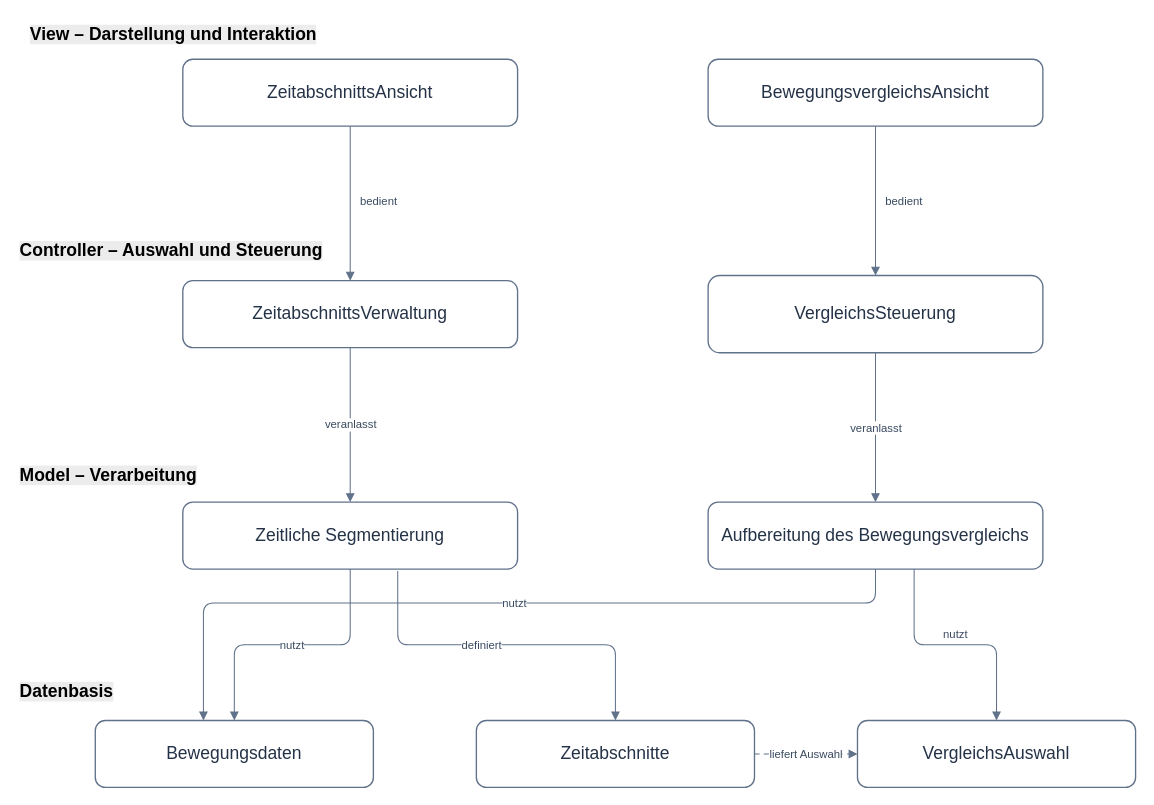
Earlier version of the draw.io diagram Abbildung25_Segmentierung_Vergleich_konzeptionell.drawio (mfneu/fapra). Source tidied: cells renumbered, new cells numbered last; positions are measured from the earlier drawing's top-left corner, leaving out a move shared by most shapes. Both pictures are drawn from the tidied source at 103%, with x=0, y=0 at pixel (18, 18).
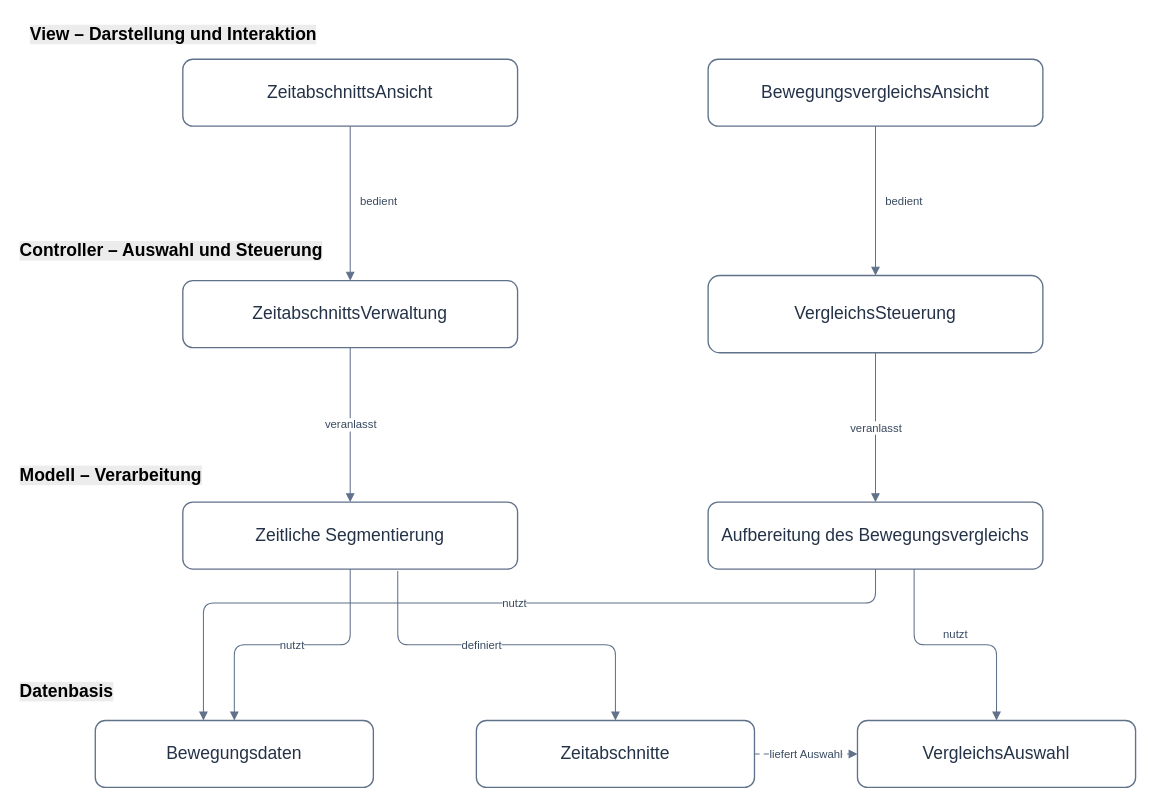
The same diagram, later.

Diff of the diagram source:
```diff
@@
-    <mxCell id="22" value="&lt;span style=&quot;caret-color: rgb(0, 0, 0); color: rgb(0, 0, 0); font-family: Helvetica; font-size: 17px; font-style: normal; font-variant-caps: normal; font-weight: 700; letter-spacing: normal; orphans: 2; text-align: left; text-indent: 0px; text-transform: none; white-space: normal; widows: 2; word-spacing: 0px; -webkit-text-stroke-width: 0px; background-color: rgb(236, 236, 236); text-decoration: none; float: none; display: inline !important;&quot;&gt;Model – Verarbeitung&lt;/span&gt;" style="text;whiteSpace=wrap;html=1;" parent="1" vertex="1">
+    <mxCell id="22" value="&lt;span style=&quot;caret-color: rgb(0, 0, 0); color: rgb(0, 0, 0); font-family: Helvetica; font-size: 17px; font-style: normal; font-variant-caps: normal; font-weight: 700; letter-spacing: normal; orphans: 2; text-align: left; text-indent: 0px; text-transform: none; white-space: normal; widows: 2; word-spacing: 0px; -webkit-text-stroke-width: 0px; background-color: rgb(236, 236, 236); text-decoration: none; float: none; display: inline !important;&quot;&gt;Modell – Verarbeitung&lt;/span&gt;" style="text;whiteSpace=wrap;html=1;" parent="1" vertex="1">
       <mxGeometry y="428" width="290" height="40" as="geometry" />
     </mxCell>
```
